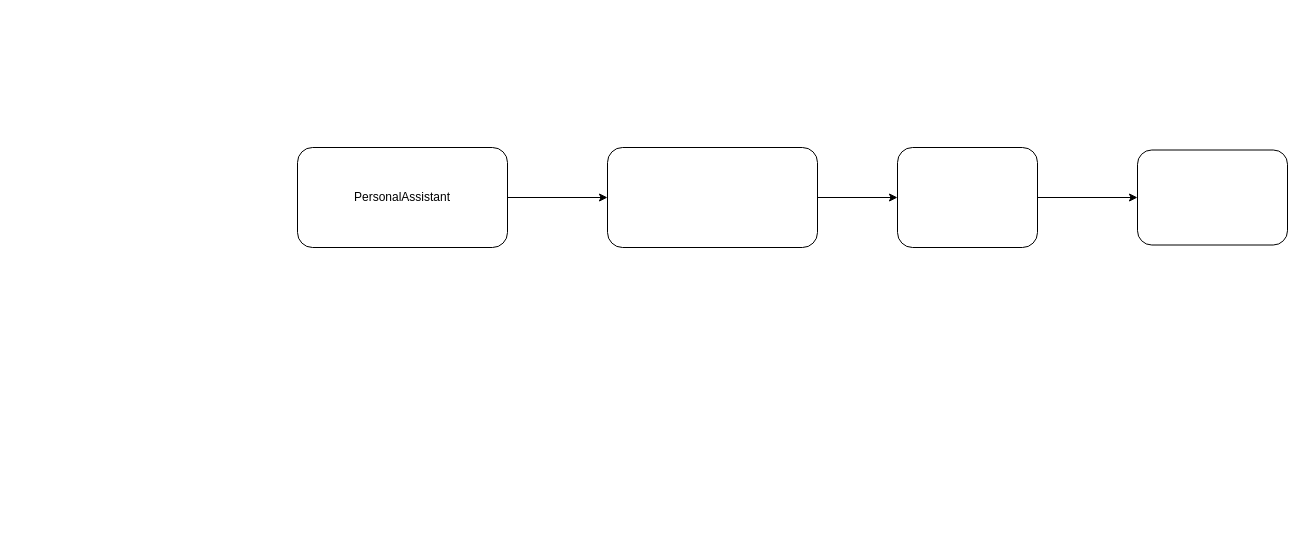
ArtLapa/HW-1 keeps this draw.io diagram as Диаграмма без названия.drawio. Above is the earlier version. Source tidied: cells renumbered, new cells numbered last; positions are measured from the earlier drawing's top-left corner, leaving out a move shared by most shapes. Both pictures are drawn from the tidied source at 100%, with x=0, y=0 at pixel (297, 147).
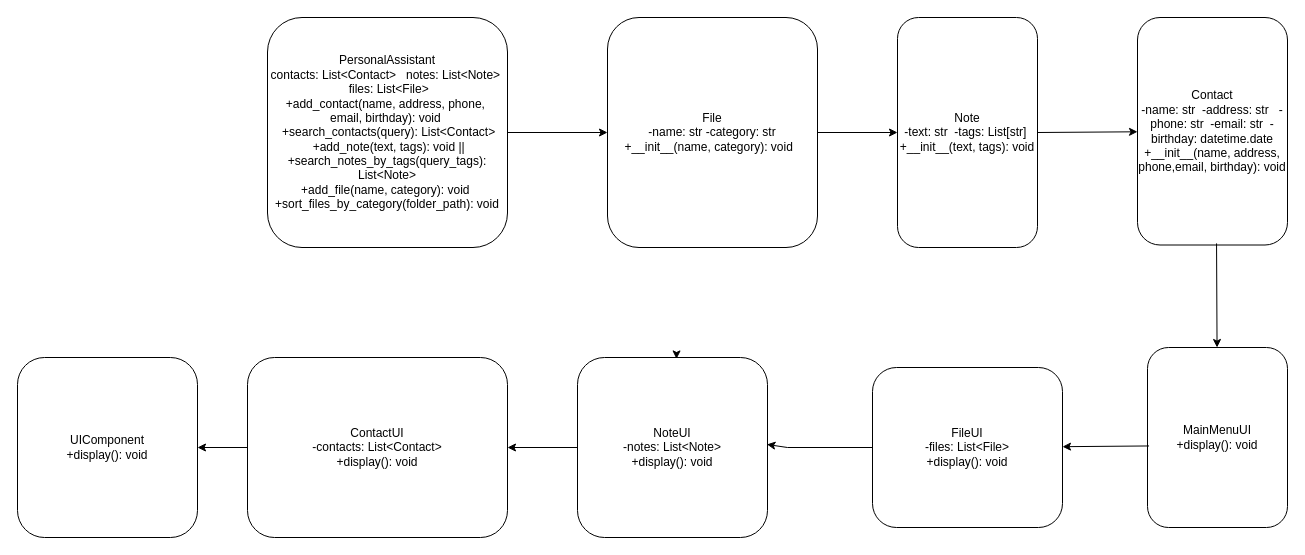
After the change.

Change to the diagram source:
```diff
@@
-    <mxCell id="3" value="   PersonalAssistant    " style="rounded=1;whiteSpace=wrap;html=1;" parent="1" vertex="1">
-      <mxGeometry width="210" height="100" as="geometry" />
+    <mxCell id="3" value="   PersonalAssistant    &lt;br&gt;contacts: List&amp;lt;Contact&amp;gt;&amp;nbsp; &amp;nbsp;notes: List&amp;lt;Note&amp;gt;&amp;nbsp; &amp;nbsp;files: List&amp;lt;File&amp;gt;&lt;br&gt;+add_contact(name, address, phone,&amp;nbsp;&lt;br&gt;email, birthday): void&amp;nbsp;&lt;br&gt;&amp;nbsp;+search_contacts(query): List&amp;lt;Contact&amp;gt;&lt;br&gt;&amp;nbsp;+add_note(text, tags): void         || +search_notes_by_tags(query_tags): List&amp;lt;Note&amp;gt;&lt;br&gt;+add_file(name, category): void&amp;nbsp;&lt;br&gt;+sort_files_by_category(folder_path): void" style="rounded=1;whiteSpace=wrap;html=1;" parent="1" vertex="1">
+      <mxGeometry x="-30" y="-130" width="240" height="230" as="geometry" />
     </mxCell>
@@
-    <mxCell id="5" style="rounded=1;whiteSpace=wrap;html=1;" parent="1" vertex="1">
-      <mxGeometry x="310" width="210" height="100" as="geometry" />
+    <mxCell id="5" value=" File  &lt;br&gt; -name: str -category: str&lt;br&gt;+__init__(name, category): void &amp;nbsp;" style="rounded=1;whiteSpace=wrap;html=1;" parent="1" vertex="1">
+      <mxGeometry x="310" y="-130" width="210" height="230" as="geometry" />
     </mxCell>
@@
-    <mxCell id="7" style="rounded=1;whiteSpace=wrap;html=1;" parent="1" vertex="1">
-      <mxGeometry x="600" width="140" height="100" as="geometry" />
+    <mxCell id="7" value=" Note     &lt;br&gt;-text: str&amp;nbsp; -tags: List[str]&amp;nbsp;&lt;br&gt;+__init__(text, tags): void   " style="rounded=1;whiteSpace=wrap;html=1;" parent="1" vertex="1">
+      <mxGeometry x="600" y="-130" width="140" height="230" as="geometry" />
     </mxCell>
@@
-    <mxCell id="9" style="rounded=1;whiteSpace=wrap;html=1;" parent="1" vertex="1">
-      <mxGeometry x="840" y="2.5" width="150" height="95" as="geometry" />
+    <mxCell id="9" value=" Contact &lt;br&gt;-name: str&amp;nbsp; -address: str&amp;nbsp; &amp;nbsp;-phone: str&amp;nbsp; -email: str&amp;nbsp; -birthday: datetime.date&lt;br&gt;+__init__(name, address, phone,email, birthday): void    " style="rounded=1;whiteSpace=wrap;html=1;" parent="1" vertex="1">
+      <mxGeometry x="840" y="-130" width="150" height="227.5" as="geometry" />
     </mxCell>
+    <mxCell id="10" style="endArrow=classic;html=1;rounded=0;exitX=0.527;exitY=0.993;exitDx=0;exitDy=0;exitPerimeter=0;" parent="1" edge="1" source="9" target="11">
+      <mxGeometry relative="1" as="geometry" />
+    </mxCell>
+    <mxCell id="11" value=" MainMenuUI  &lt;br&gt;+display(): void" style="rounded=1;whiteSpace=wrap;html=1;" parent="1" vertex="1">
+      <mxGeometry x="850" y="200" width="140" height="180" as="geometry" />
+    </mxCell>
+    <mxCell id="12" style="endArrow=classic;html=1;rounded=0;exitX=0.011;exitY=0.547;exitDx=0;exitDy=0;exitPerimeter=0;" parent="1" edge="1" source="11" target="13">
+      <mxGeometry relative="1" as="geometry" />
+    </mxCell>
+    <mxCell id="13" value="  FileUI  &lt;br&gt;-files: List&amp;lt;File&amp;gt; &lt;br&gt;+display(): void" style="rounded=1;whiteSpace=wrap;html=1;" parent="1" vertex="1">
+      <mxGeometry x="575" y="220" width="190" height="160" as="geometry" />
+    </mxCell>
+    <mxCell id="14" style="endArrow=classic;html=1;rounded=0;exitX=0;exitY=0.5;exitDx=0;exitDy=0;entryX=0.997;entryY=0.483;entryDx=0;entryDy=0;entryPerimeter=0;" parent="1" edge="1" source="13" target="15">
+      <mxGeometry relative="1" as="geometry">
+        <Array as="points">
+          <mxPoint x="490" y="300" />
+        </Array>
+      </mxGeometry>
+    </mxCell>
+    <mxCell id="15" value=" NoteUI&lt;br&gt;-notes: List&amp;lt;Note&amp;gt;&lt;br&gt;+display(): void " style="rounded=1;whiteSpace=wrap;html=1;" parent="1" vertex="1">
+      <mxGeometry x="280" y="210" width="190" height="180" as="geometry" />
+    </mxCell>
+    <mxCell id="16" style="edgeStyle=orthogonalEdgeStyle;rounded=0;orthogonalLoop=1;jettySize=auto;html=1;exitX=0.5;exitY=0;exitDx=0;exitDy=0;entryX=0.521;entryY=0.008;entryDx=0;entryDy=0;entryPerimeter=0;" parent="1" edge="1" source="15" target="15">
+      <mxGeometry relative="1" as="geometry" />
+    </mxCell>
+    <mxCell id="17" style="endArrow=classic;html=1;rounded=0;exitX=0;exitY=0.5;exitDx=0;exitDy=0;" parent="1" edge="1" source="15" target="18">
+      <mxGeometry relative="1" as="geometry" />
+    </mxCell>
+    <mxCell id="18" value=" ContactUI &lt;br&gt;-contacts: List&amp;lt;Contact&amp;gt;&lt;br&gt;+display(): void " style="rounded=1;whiteSpace=wrap;html=1;" parent="1" vertex="1">
+      <mxGeometry x="-50" y="210" width="260" height="180" as="geometry" />
+    </mxCell>
+    <mxCell id="19" style="endArrow=classic;html=1;rounded=0;exitX=0;exitY=0.5;exitDx=0;exitDy=0;" parent="1" edge="1" source="18" target="20">
+      <mxGeometry relative="1" as="geometry" />
+    </mxCell>
+    <mxCell id="20" value="UIComponent&lt;br&gt;+display(): void " style="rounded=1;whiteSpace=wrap;html=1;" parent="1" vertex="1">
+      <mxGeometry x="-280" y="210" width="180" height="180" as="geometry" />
+    </mxCell>
```
